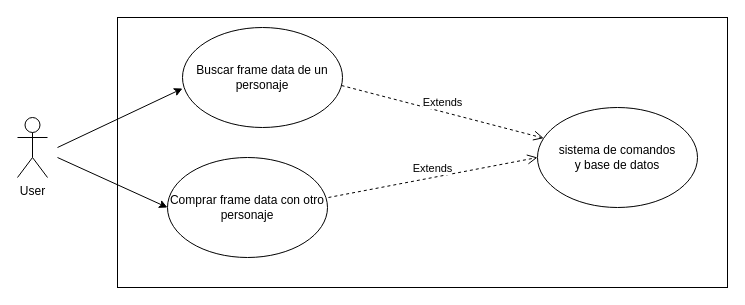
Earlier version of the draw.io diagram Interaction Model.drawio (aramis-matos/SkyboundDB). Source tidied: cells renumbered, new cells numbered last; positions are measured from the earlier drawing's top-left corner, leaving out a move shared by most shapes. Both pictures are drawn from the tidied source at 100%, with x=0, y=0 at pixel (17, 17).
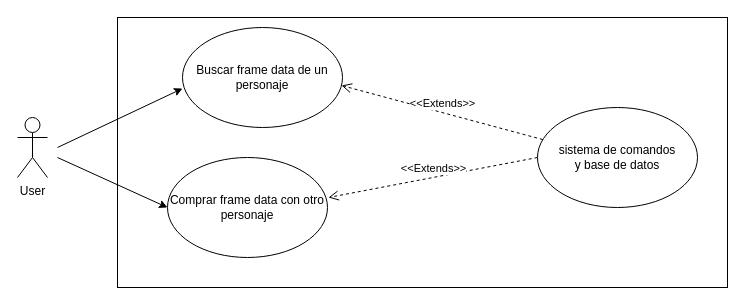
The same diagram, later.

Diff of the diagram source:
```diff
@@
 <mxGraphModel>
   <root>
     <mxCell id="0" />
     <mxCell id="1" parent="0" />
     <mxCell id="2" style="whiteSpace=wrap;html=1;" parent="1" vertex="1">
       <mxGeometry x="100" width="610" height="270" as="geometry" />
     </mxCell>
     <mxCell id="3" value="Buscar frame data de un personaje" style="ellipse;whiteSpace=wrap;html=1;" parent="1" vertex="1">
       <mxGeometry x="165" y="10" width="160" height="100" as="geometry" />
     </mxCell>
     <mxCell id="4" value="Comprar frame data con otro personaje" style="ellipse;whiteSpace=wrap;html=1;" parent="1" vertex="1">
       <mxGeometry x="150" y="140" width="160" height="100" as="geometry" />
     </mxCell>
     <mxCell id="5" value="User" style="shape=umlActor;verticalLabelPosition=bottom;verticalAlign=top;html=1;" parent="1" vertex="1">
       <mxGeometry y="100" width="30" height="60" as="geometry" />
     </mxCell>
     <mxCell id="6" style="endArrow=classic;html=1;entryX=0;entryY=0.61;entryDx=0;entryDy=0;entryPerimeter=0;" parent="1" edge="1" target="3">
       <mxGeometry relative="1" as="geometry">
         <mxPoint x="40" y="130" as="sourcePoint" />
       </mxGeometry>
     </mxCell>
     <mxCell id="7" style="endArrow=classic;html=1;entryX=0;entryY=0.5;entryDx=0;entryDy=0;" parent="1" edge="1" target="4">
       <mxGeometry relative="1" as="geometry">
         <mxPoint x="40" y="140" as="sourcePoint" />
       </mxGeometry>
     </mxCell>
-    <mxCell id="8" value="Extends" style="html=1;verticalAlign=bottom;endArrow=open;dashed=1;endSize=8;exitX=0.994;exitY=0.58;exitDx=0;exitDy=0;exitPerimeter=0;" parent="1" edge="1" source="3" target="10">
+    <mxCell id="8" value="&amp;lt;&amp;lt;Extends&amp;gt;&amp;gt;" style="html=1;verticalAlign=bottom;endArrow=open;dashed=1;endSize=8;exitX=0.031;exitY=0.32;exitDx=0;exitDy=0;entryX=0.994;entryY=0.58;entryDx=0;entryDy=0;entryPerimeter=0;" parent="1" edge="1" source="10" target="3">
       <mxGeometry relative="1" as="geometry" />
     </mxCell>
-    <mxCell id="9" value="&lt;div&gt;Extends&lt;/div&gt;" style="html=1;verticalAlign=bottom;endArrow=open;dashed=1;endSize=8;exitX=1.006;exitY=0.4;exitDx=0;exitDy=0;exitPerimeter=0;entryX=0;entryY=0.5;entryDx=0;entryDy=0;" parent="1" edge="1" source="4" target="10">
+    <mxCell id="9" value="&lt;div&gt;&amp;lt;&amp;lt;Extends&amp;gt;&amp;gt;&lt;/div&gt;" style="html=1;verticalAlign=bottom;endArrow=open;dashed=1;endSize=8;exitX=0;exitY=0.5;exitDx=0;exitDy=0;entryX=1.006;entryY=0.4;entryDx=0;entryDy=0;entryPerimeter=0;" parent="1" edge="1" source="10" target="4">
       <mxGeometry relative="1" as="geometry" />
     </mxCell>
     <mxCell id="10" value="&lt;div&gt;sistema de comandos&lt;/div&gt;&lt;div&gt;y base de datos&lt;br&gt;&lt;/div&gt;" style="ellipse;whiteSpace=wrap;html=1;" parent="1" vertex="1">
       <mxGeometry x="520" y="90" width="160" height="100" as="geometry" />
     </mxCell>
   </root>
 </mxGraphModel>
```
